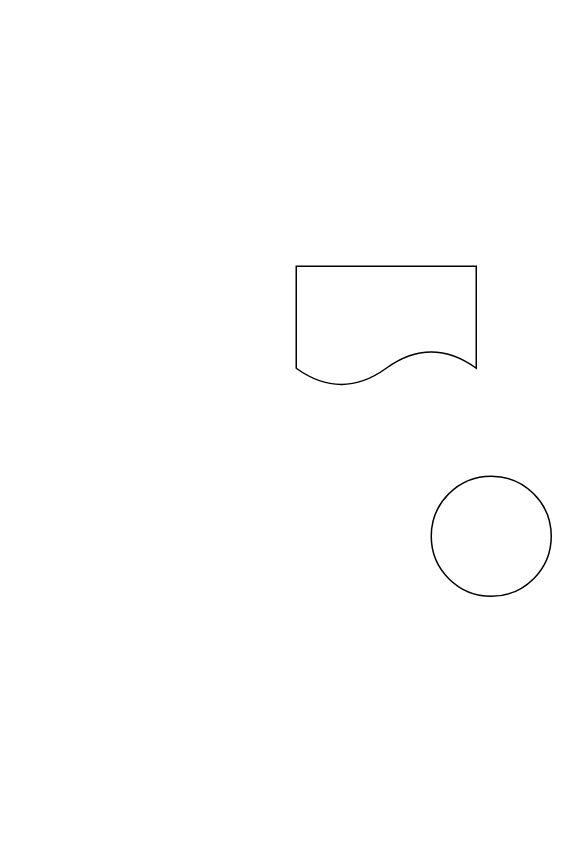
Earlier version of the draw.io diagram 未命名绘图.drawio (xingzhifang/iodraw-files). Source tidied: cells renumbered, new cells numbered last; positions are measured from the earlier drawing's top-left corner, leaving out a move shared by most shapes. Both pictures are drawn from the tidied source at 150%, with x=0, y=0 at pixel (296, 266).
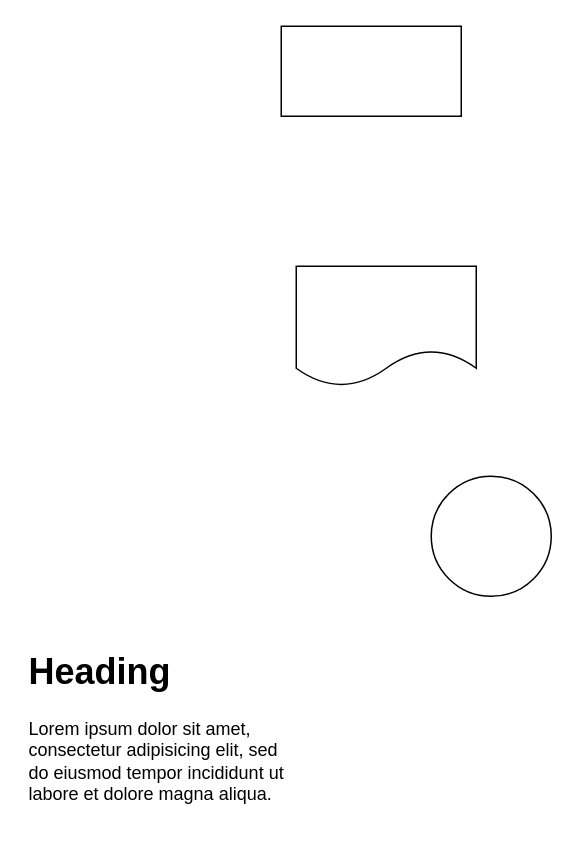
The same page after the edit.

Commit message:
更新未命名绘图.drawio

What changed in the source:
```diff
@@
 <mxGraphModel>
   <root>
     <mxCell id="0" />
     <mxCell id="1" parent="0" />
     <mxCell id="2" style="ellipse;whiteSpace=wrap;html=1;" parent="1" vertex="1">
       <mxGeometry x="90" y="140" width="80" height="80" as="geometry" />
     </mxCell>
     <mxCell id="3" style="shape=document;whiteSpace=wrap;html=1;boundedLbl=1;" parent="1" vertex="1">
       <mxGeometry width="120" height="80" as="geometry" />
     </mxCell>
+    <mxCell id="4" style="rounded=0;whiteSpace=wrap;html=1;" parent="1" vertex="1">
+      <mxGeometry x="-10" y="-160" width="120" height="60" as="geometry" />
+    </mxCell>
+    <mxCell id="5" value="&lt;h1 style=&quot;margin-top: 0px;&quot;&gt;Heading&lt;/h1&gt;&lt;p&gt;Lorem ipsum dolor sit amet, consectetur adipisicing elit, sed do eiusmod tempor incididunt ut labore et dolore magna aliqua.&lt;/p&gt;" style="text;html=1;whiteSpace=wrap;overflow=hidden;rounded=0;" parent="1" vertex="1">
+      <mxGeometry x="-180" y="250" width="180" height="120" as="geometry" />
+    </mxCell>
   </root>
 </mxGraphModel>
```
